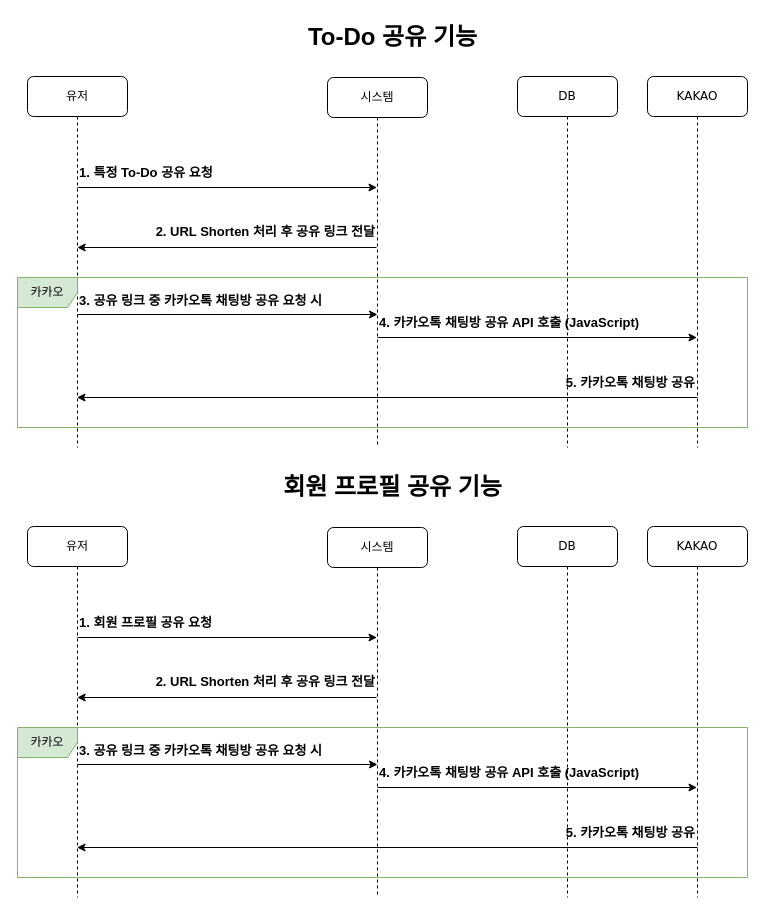
mrcocoball/To-Dolist keeps this draw.io diagram as documents/sequence-diagram-share.drawio. Above is the earlier version. Source tidied: cells renumbered, new cells numbered last; positions are measured from the earlier drawing's top-left corner, leaving out a move shared by most shapes. Both pictures are drawn from the tidied source at 100%, with x=0, y=0 at pixel (17, 17).
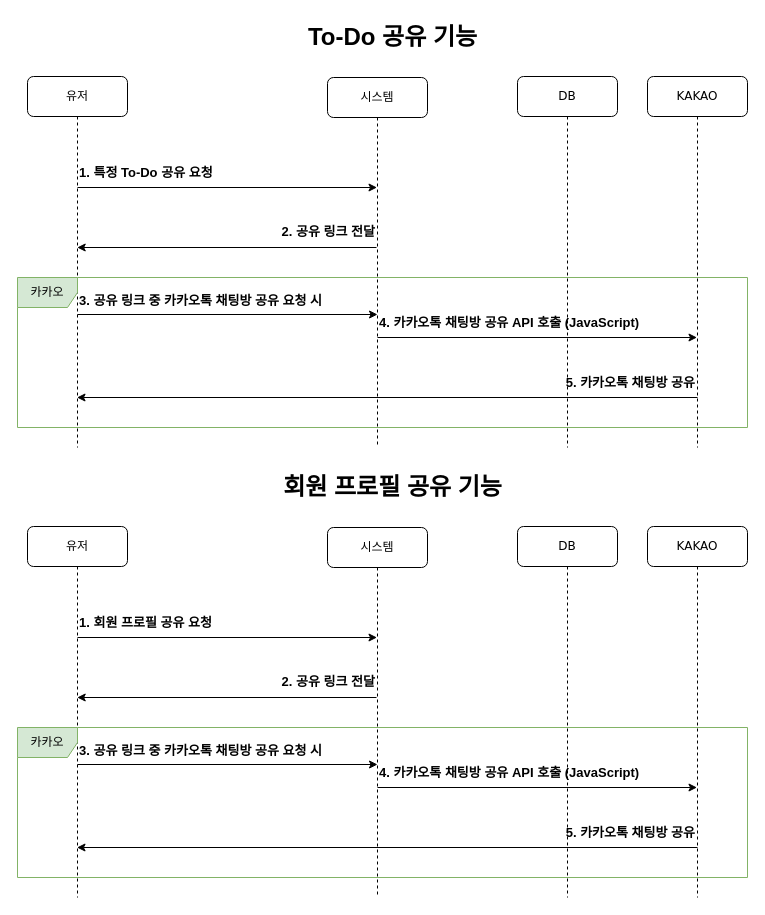
Above is the later version.

Commit message:
#42 - sequence-diagram-share 수정

Change to the diagram source:
```diff
@@
-    <mxCell id="12" value="2. URL Shorten 처리 후 공유 링크 전달" style="text;html=1;strokeColor=none;fillColor=none;align=right;verticalAlign=middle;whiteSpace=wrap;rounded=0;fontSize=13;fontStyle=1;" parent="1" vertex="1">
+    <mxCell id="12" value="2. 공유 링크 전달" style="text;html=1;strokeColor=none;fillColor=none;align=right;verticalAlign=middle;whiteSpace=wrap;rounded=0;fontSize=13;fontStyle=1;" parent="1" vertex="1">
       <mxGeometry x="120" y="199" width="240" height="30" as="geometry" />
     </mxCell>
@@
-    <mxCell id="28" value="2. URL Shorten 처리 후 공유 링크 전달" style="text;html=1;strokeColor=none;fillColor=none;align=right;verticalAlign=middle;whiteSpace=wrap;rounded=0;fontSize=13;fontStyle=1;" parent="1" vertex="1">
+    <mxCell id="28" value="2. 공유 링크 전달" style="text;html=1;strokeColor=none;fillColor=none;align=right;verticalAlign=middle;whiteSpace=wrap;rounded=0;fontSize=13;fontStyle=1;" parent="1" vertex="1">
       <mxGeometry x="120" y="649" width="240" height="30" as="geometry" />
     </mxCell>
```
